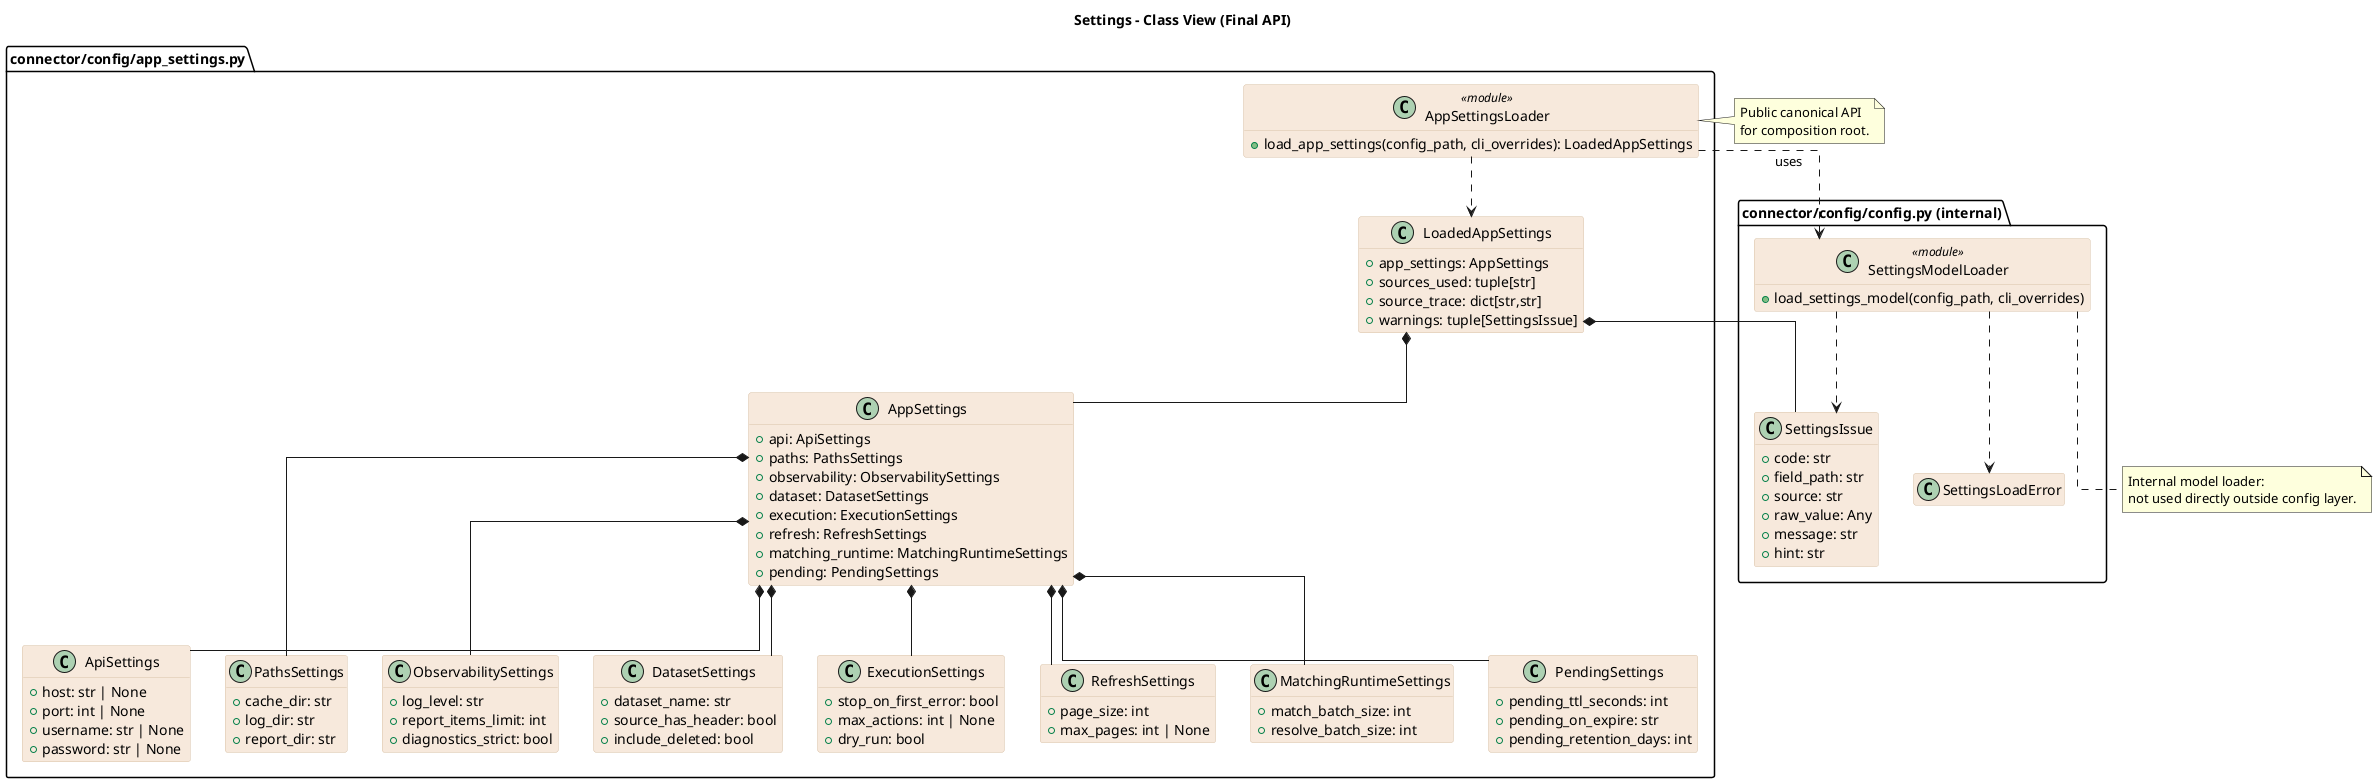
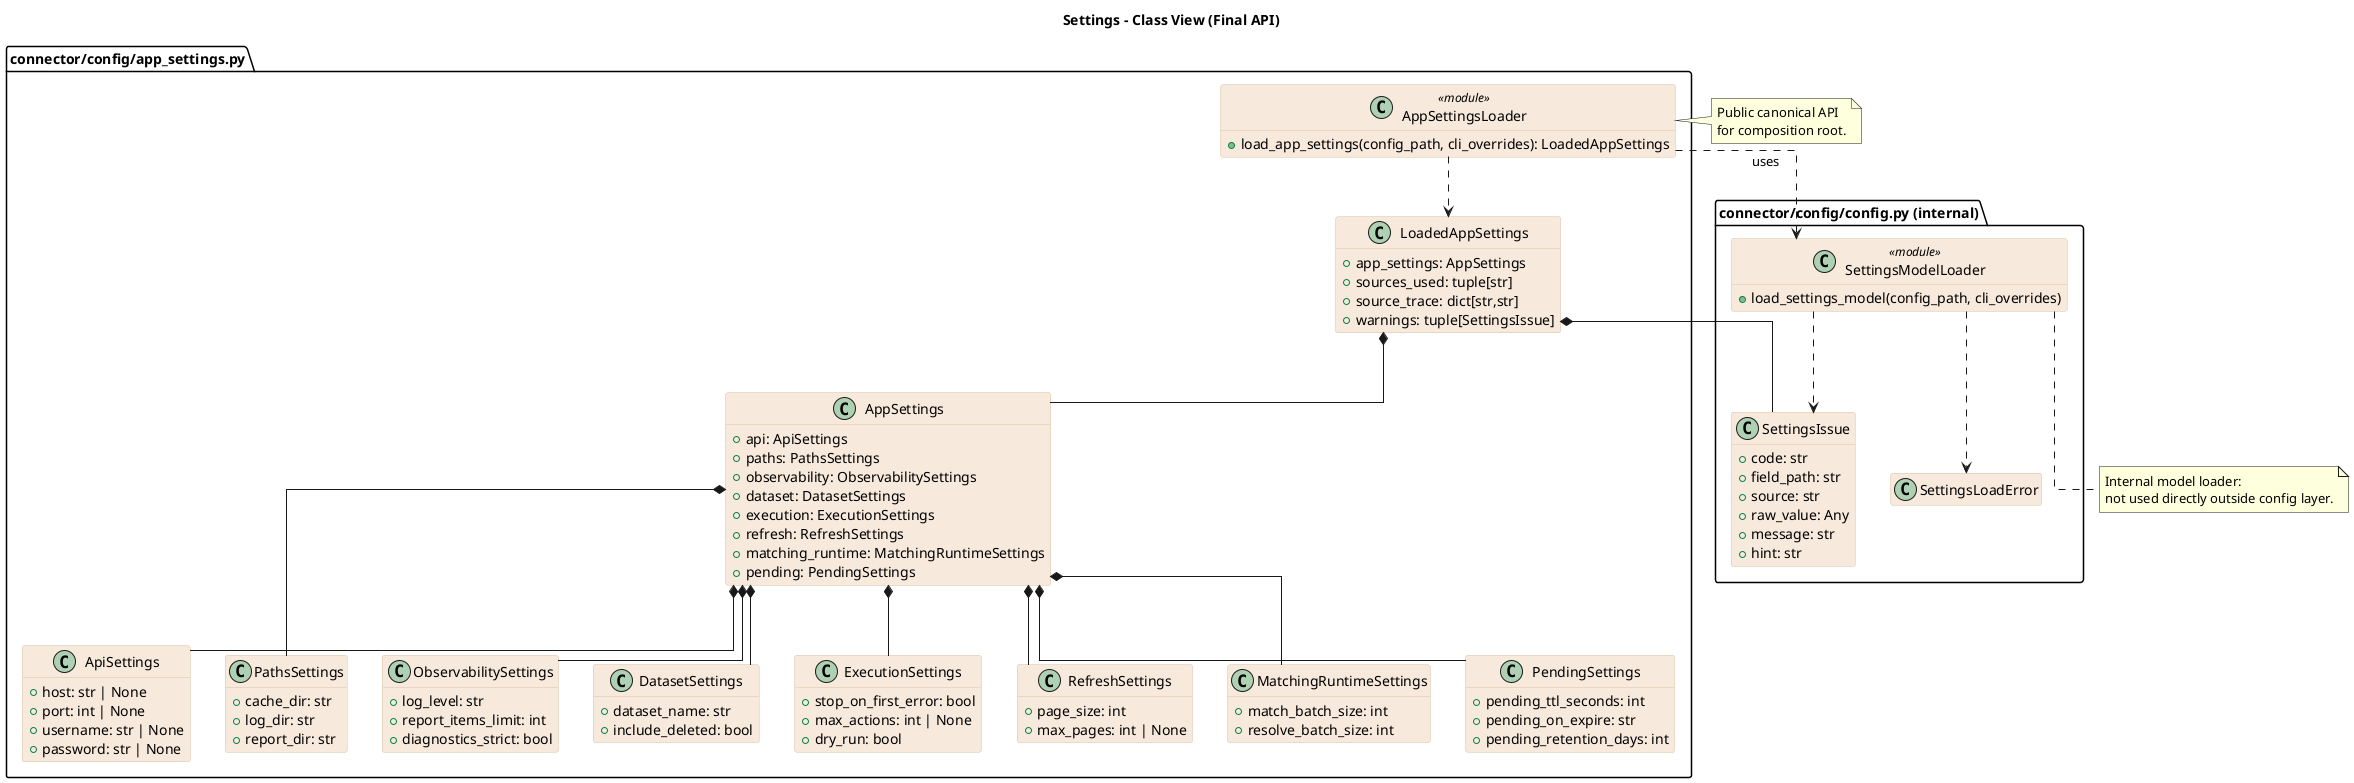
@startuml
title Settings - Class View (Final API)

set namespaceSeparator none
skinparam backgroundColor white
skinparam linetype ortho
skinparam defaultFontName Arial
skinparam class {
  BackgroundColor #f7e9dc
  BorderColor #d9c2a8
}
hide empty members

package "connector/config/app_settings.py" {
  class AppSettings {
    +api: ApiSettings
    +paths: PathsSettings
    +observability: ObservabilitySettings
    +dataset: DatasetSettings
    +execution: ExecutionSettings
    +refresh: RefreshSettings
    +matching_runtime: MatchingRuntimeSettings
    +pending: PendingSettings
  }

  class LoadedAppSettings {
    +app_settings: AppSettings
    +sources_used: tuple[str]
    +source_trace: dict[str,str]
    +warnings: tuple[SettingsIssue]
  }

  class ApiSettings {
    +host: str | None
    +port: int | None
    +username: str | None
    +password: str | None
  }
  class PathsSettings {
    +cache_dir: str
    +log_dir: str
    +report_dir: str
  }
  class ObservabilitySettings {
    +log_level: str
    +report_items_limit: int
    +diagnostics_strict: bool
  }
  class DatasetSettings {
    +dataset_name: str
-     +source_has_header: bool
    +include_deleted: bool
  }
  class ExecutionSettings {
    +stop_on_first_error: bool
    +max_actions: int | None
    +dry_run: bool
  }
  class RefreshSettings {
    +page_size: int
    +max_pages: int | None
  }
  class MatchingRuntimeSettings {
    +match_batch_size: int
    +resolve_batch_size: int
  }
  class PendingSettings {
    +pending_ttl_seconds: int
    +pending_on_expire: str
    +pending_retention_days: int
  }

  class AppSettingsLoader <<module>> {
    +load_app_settings(config_path, cli_overrides): LoadedAppSettings
  }
}

package "connector/config/config.py (internal)" {
  class SettingsModelLoader <<module>> {
    +load_settings_model(config_path, cli_overrides)
  }
  class SettingsIssue {
    +code: str
    +field_path: str
    +source: str
    +raw_value: Any
    +message: str
    +hint: str
  }
  class SettingsLoadError
}

AppSettings *-- ApiSettings
AppSettings *-- PathsSettings
AppSettings *-- ObservabilitySettings
AppSettings *-- DatasetSettings
AppSettings *-- ExecutionSettings
AppSettings *-- RefreshSettings
AppSettings *-- MatchingRuntimeSettings
AppSettings *-- PendingSettings

LoadedAppSettings *-- AppSettings
LoadedAppSettings *-- SettingsIssue

AppSettingsLoader ..> SettingsModelLoader : uses
AppSettingsLoader ..> LoadedAppSettings
SettingsModelLoader ..> SettingsLoadError
SettingsModelLoader ..> SettingsIssue

note right of AppSettingsLoader
Public canonical API
for composition root.
end note

note bottom of SettingsModelLoader
Internal model loader:
not used directly outside config layer.
end note

@enduml
